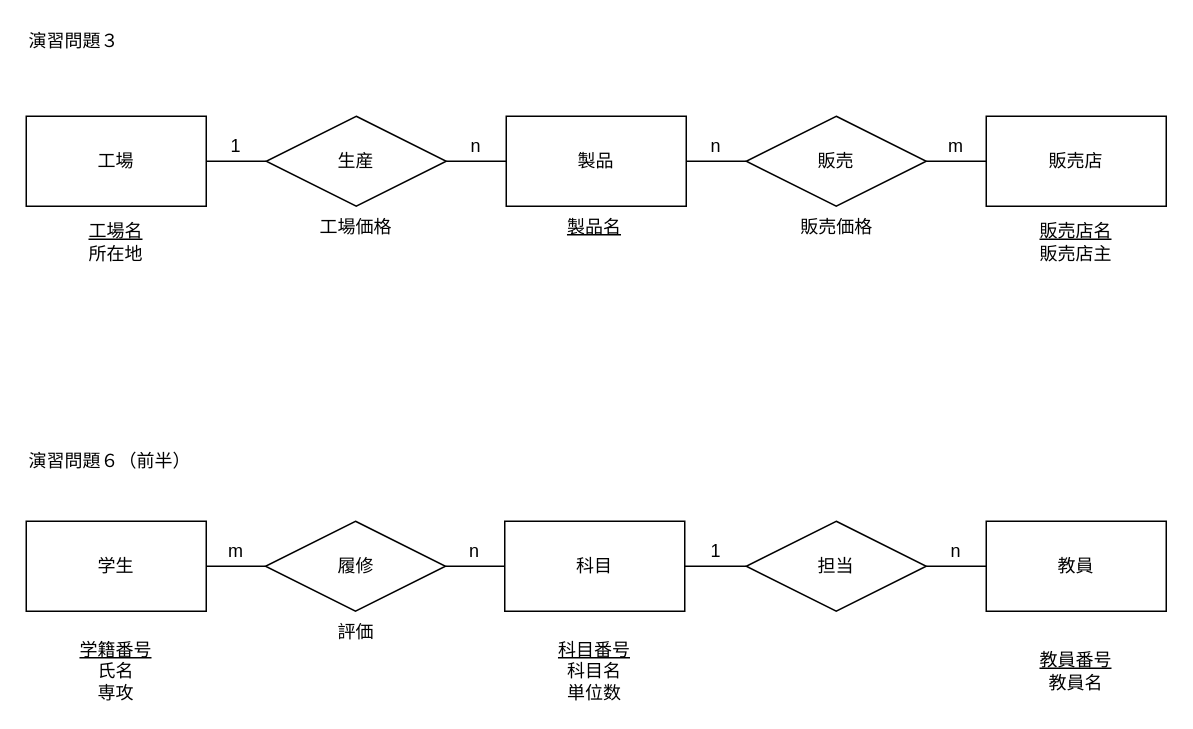
This is データベース論.drawio from SindyD/Sindy, a draw.io file, before an edit. Source tidied: cells renumbered, new cells numbered last; positions are measured from the earlier drawing's top-left corner, leaving out a move shared by most shapes. Both pictures are drawn from the tidied source at 150%, with x=0, y=0 at pixel (26, 26).
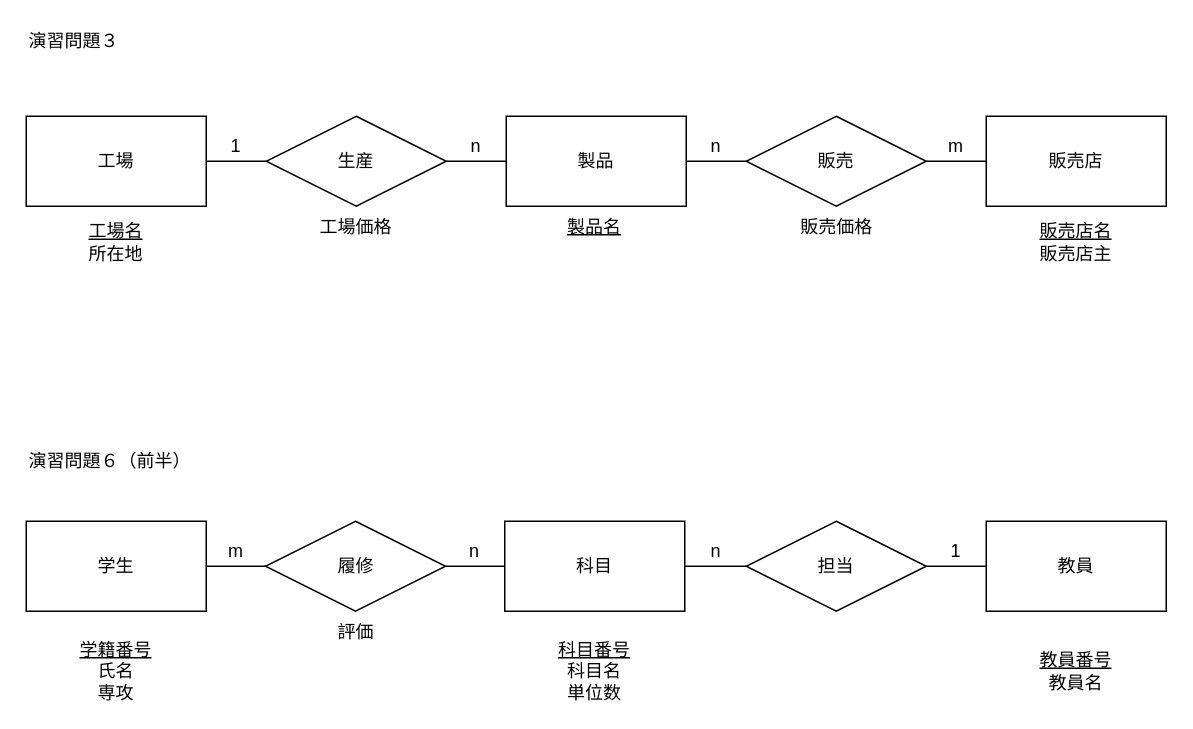
The same page after the edit.

Commit message:
データベース論.drawio を更新します

Diff of the diagram source:
```diff
@@
-    <mxCell id="37" value="1" style="text;html=1;strokeColor=none;fillColor=none;align=center;verticalAlign=middle;whiteSpace=wrap;rounded=0;direction=south;" parent="1" vertex="1">
+    <mxCell id="37" value="n" style="text;html=1;strokeColor=none;fillColor=none;align=center;verticalAlign=middle;whiteSpace=wrap;rounded=0;direction=south;" parent="1" vertex="1">
       <mxGeometry x="450" y="330" width="20" height="40" as="geometry" />
     </mxCell>
-    <mxCell id="38" value="n" style="text;html=1;strokeColor=none;fillColor=none;align=center;verticalAlign=middle;whiteSpace=wrap;rounded=0;" parent="1" vertex="1">
+    <mxCell id="38" value="1" style="text;html=1;strokeColor=none;fillColor=none;align=center;verticalAlign=middle;whiteSpace=wrap;rounded=0;" parent="1" vertex="1">
       <mxGeometry x="600" y="340" width="40" height="20" as="geometry" />
     </mxCell>
```
